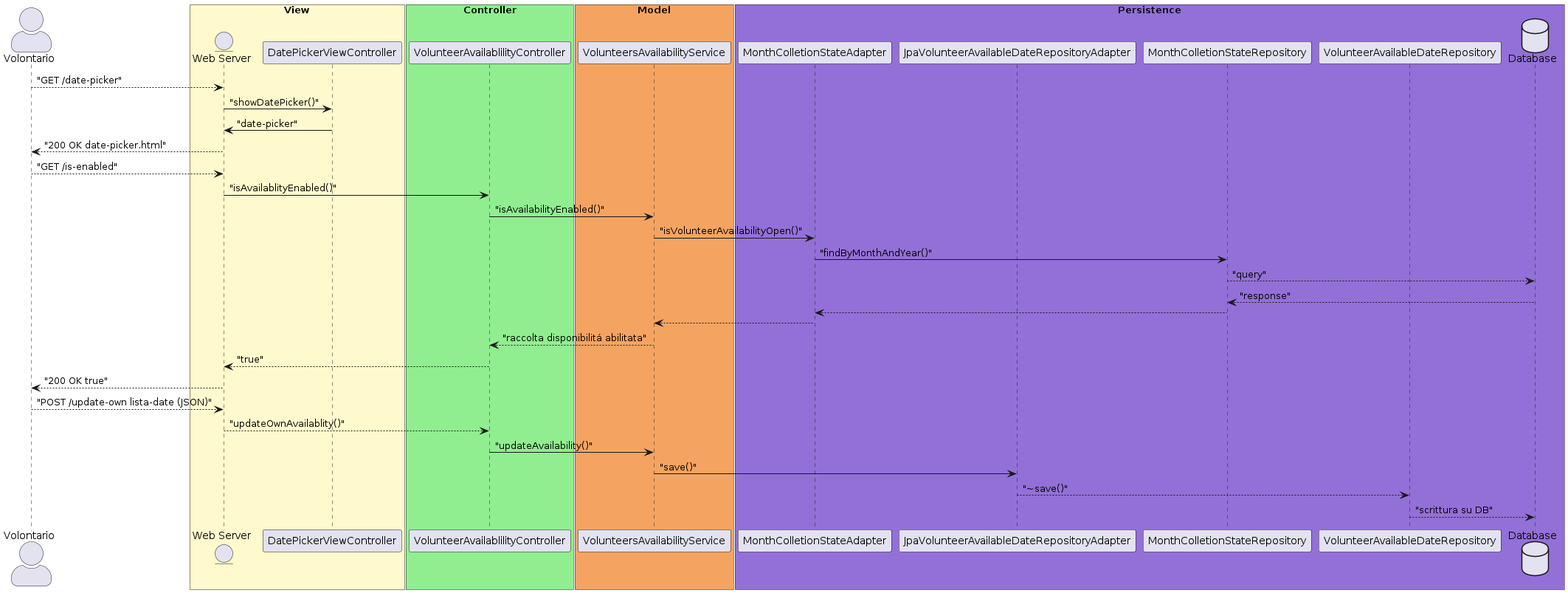
The PlantUML diagram doc/Presentazione/Diagramma_sequenza/volunteer_availabilities_ssd.png in LDolzanelli/progettoIngegneria, before a commit.
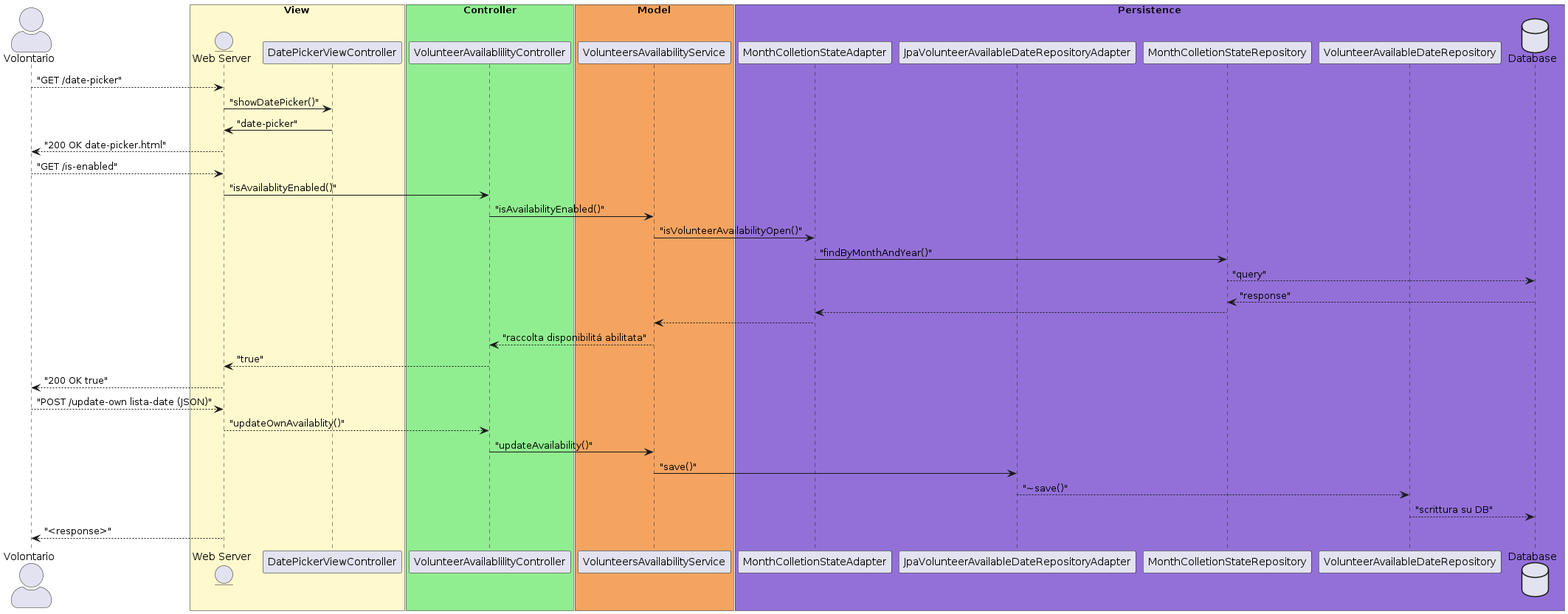
Later version of the same file.

Commit message:
Modifica del diagramma di sequenza

What changed in the source:
```diff
@@ -46,4 +46,5 @@
 vaService -> jpadRepositoryAdapter : "save()"
 jpadRepositoryAdapter --> vadRepository : "~save()"
 vadRepository --> db : "scrittura su DB"
+webServer --> volunteer : "<response>"
 @enduml
```
